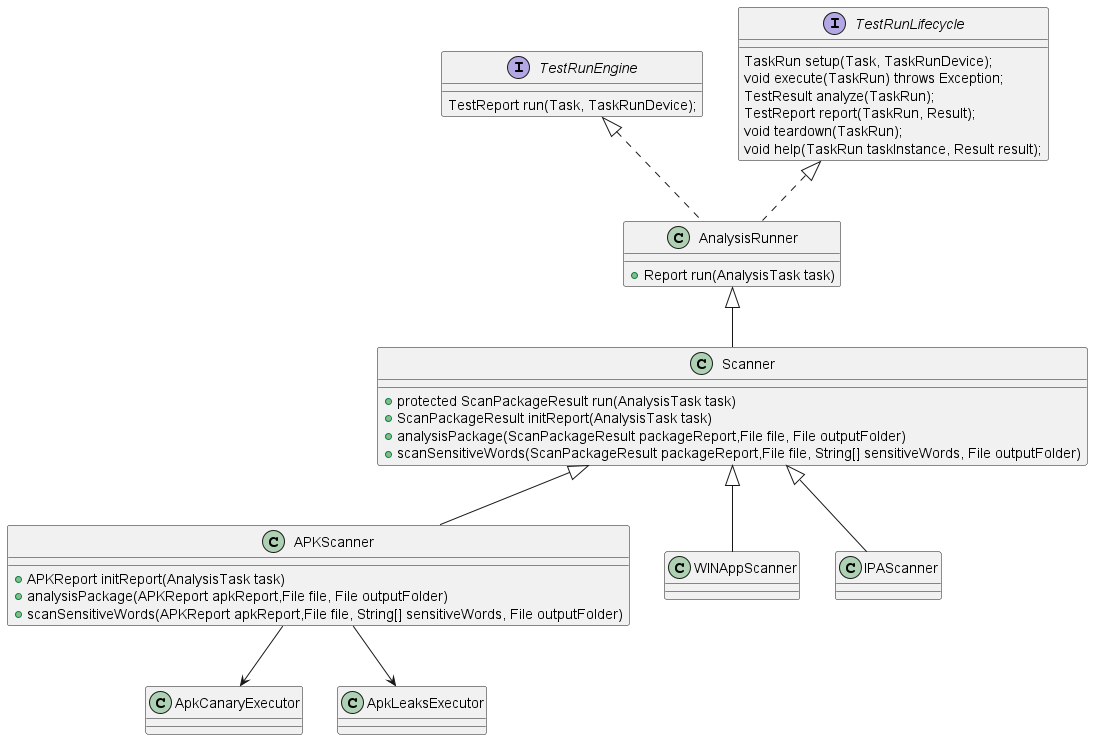
Earlier version of the PlantUML export docs/images/UML/packageScanner.png (microsoft/HydraLab).
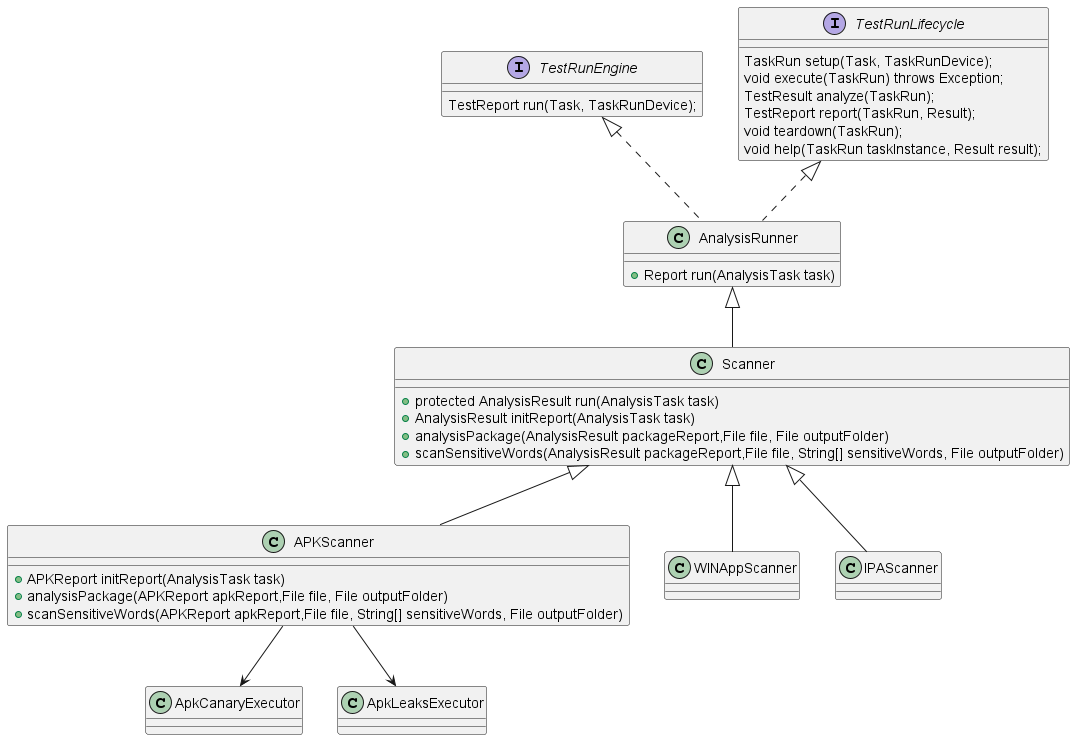
The same diagram one commit later.

The edit, as a diff of the source:
```diff
@@ -15,10 +15,10 @@
 
 }
 class Scanner extends AnalysisRunner{
-    +protected ScanPackageResult run(AnalysisTask task)
-    +ScanPackageResult initReport(AnalysisTask task)
-    +analysisPackage(ScanPackageResult packageReport,File file, File outputFolder)
-    +scanSensitiveWords(ScanPackageResult packageReport,File file, String[] sensitiveWords, File outputFolder)
+    +protected AnalysisResult run(AnalysisTask task)
+    +AnalysisResult initReport(AnalysisTask task)
+    +analysisPackage(AnalysisResult packageReport,File file, File outputFolder)
+    +scanSensitiveWords(AnalysisResult packageReport,File file, String[] sensitiveWords, File outputFolder)
 }
 class ApkCanaryExecutor {}
 class ApkLeaksExecutor{}
```
